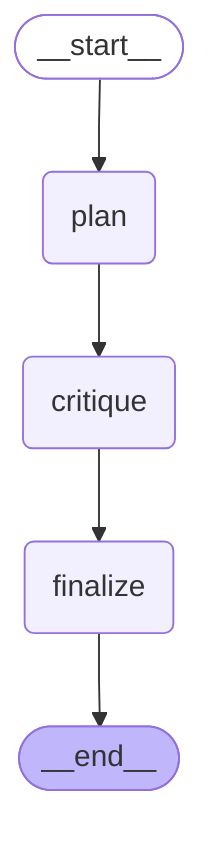
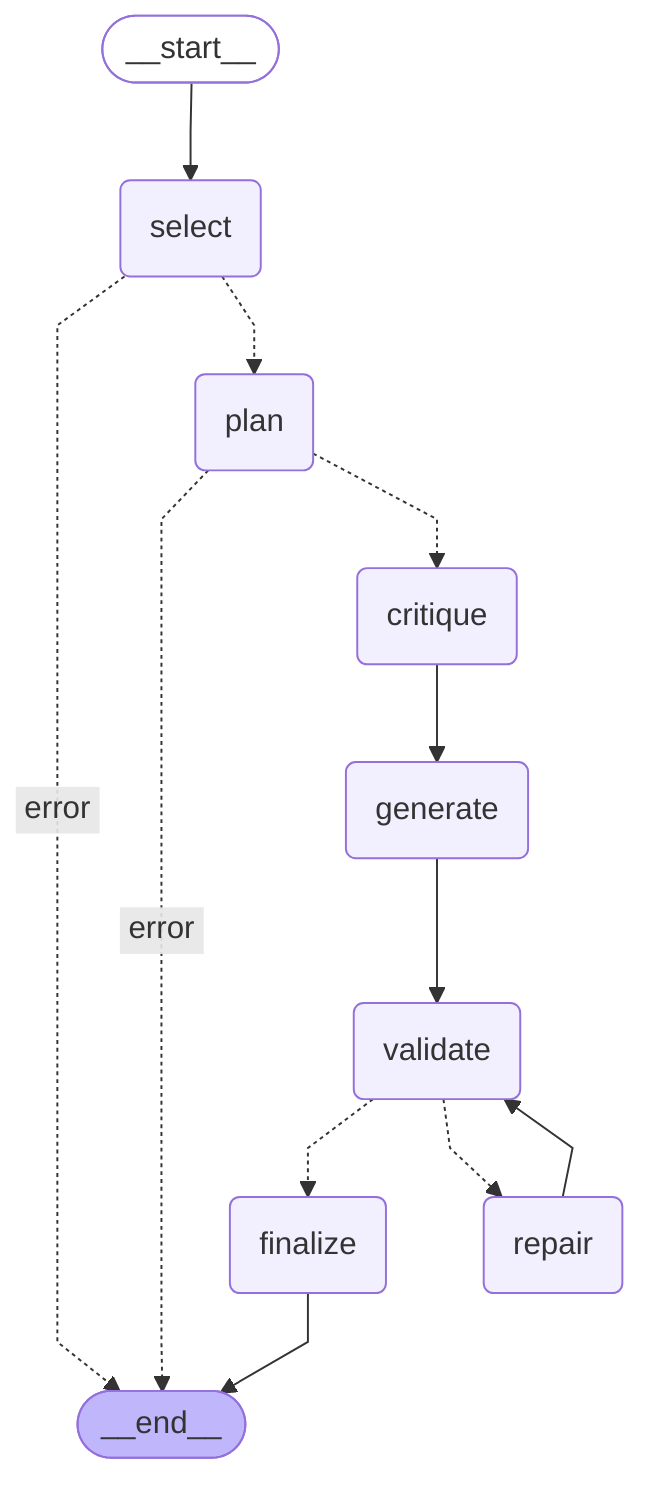
---
config:
  flowchart:
    curve: linear
---
graph TD;
	__start__([<p>__start__</p>]):::first
+ 	select(select)
	plan(plan)
	critique(critique)
+ 	generate(generate)
+ 	validate(validate)
+ 	repair(repair)
	finalize(finalize)
	__end__([<p>__end__</p>]):::last
- 	__start__ --> plan;
- 	critique --> finalize;
- 	plan --> critique;
+ 	__start__ --> select;
+ 	critique --> generate;
+ 	generate --> validate;
+ 	plan -. &nbsp;error&nbsp; .-> __end__;
+ 	plan -.-> critique;
+ 	repair --> validate;
+ 	select -. &nbsp;error&nbsp; .-> __end__;
+ 	select -.-> plan;
+ 	validate -.-> finalize;
+ 	validate -.-> repair;
	finalize --> __end__;
	classDef default fill:#f2f0ff,line-height:1.2
	classDef first fill-opacity:0
	classDef last fill:#bfb6fc
